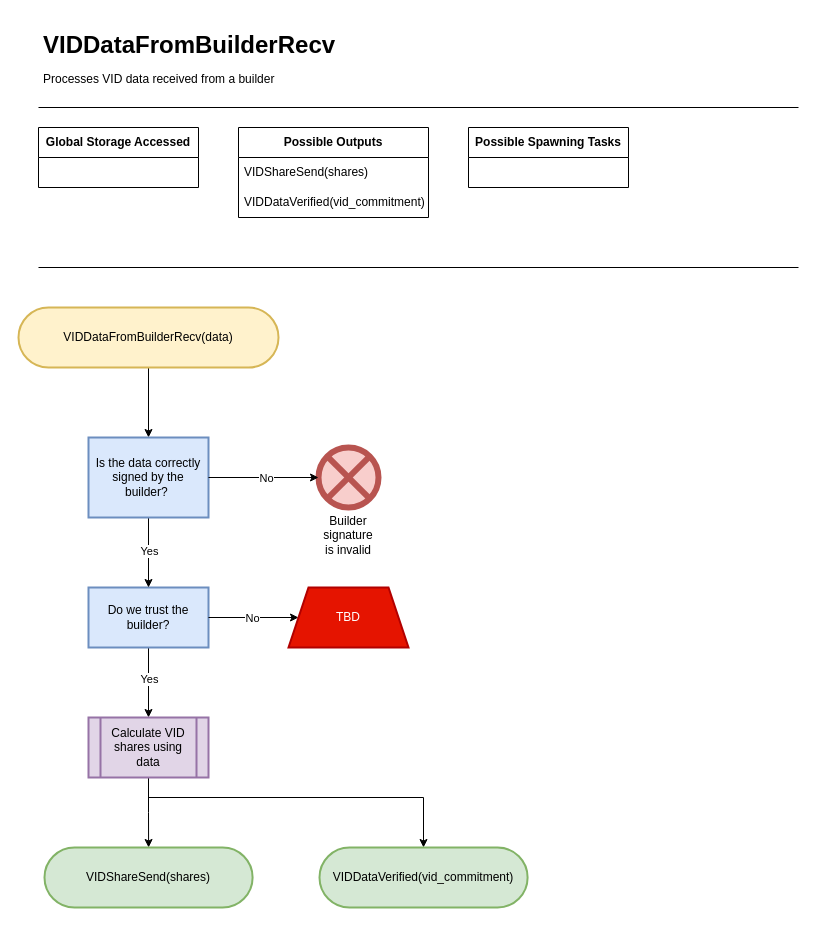
Earlier version of the draw.io diagram page "VidDataFromBuilderRecv" (9 of 17) of docs/diagrams/HotShotFlow.drawio (EspressoSystems/HotShot). Source tidied: cells renumbered, new cells numbered last; positions are measured from the earlier drawing's top-left corner, leaving out a move shared by most shapes. Both pictures are drawn from the tidied source at 100%, with x=0, y=0 at pixel (18, 27).
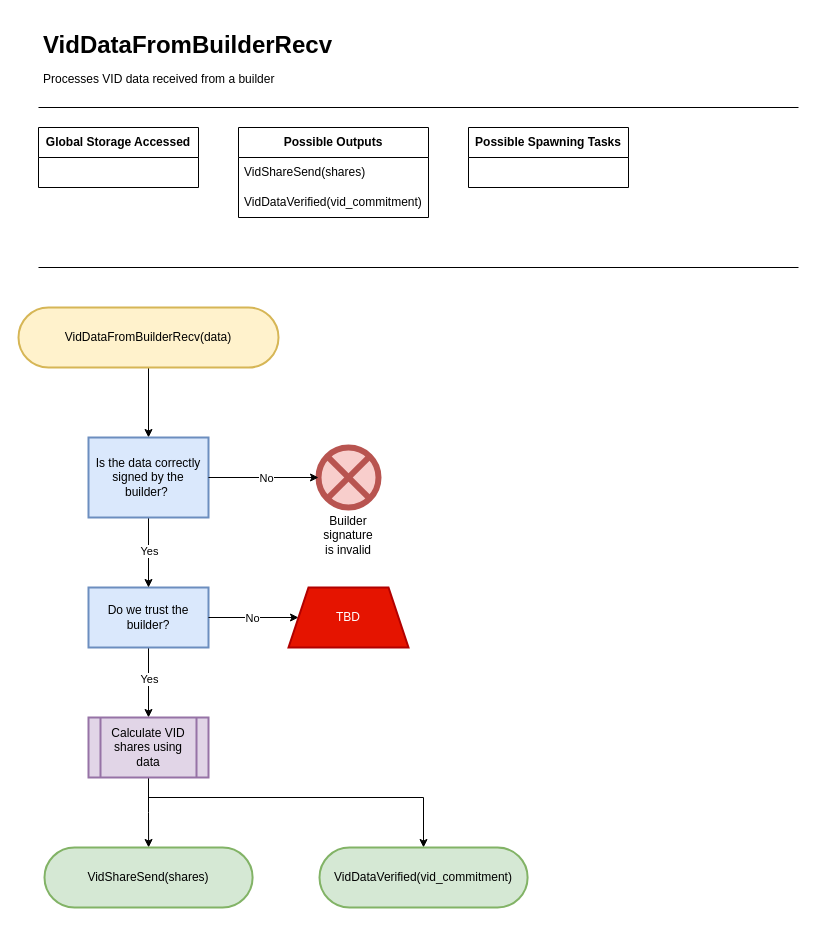
Above is the later version.

The change refers to these unchanged cells:
```xml
<mxCell id="5" value="&lt;b&gt;Possible Outputs&lt;/b&gt;" style="swimlane;fontStyle=0;horizontal=1;startSize=30;whiteSpace=wrap;html=1;" parent="1" vertex="1">
  <mxGeometry x="220" y="100" width="190" height="90" as="geometry" />
</mxCell>
```

Diff of the diagram source:
```diff
@@
-    <mxCell id="2" value="&lt;h1 style=&quot;line-height: 100%;&quot;&gt;VIDDataFromBuilderRecv&lt;/h1&gt;&lt;p style=&quot;line-height: 100%;&quot;&gt;Processes VID data received from a builder&lt;/p&gt;" style="text;html=1;strokeColor=none;fillColor=none;spacing=5;spacingTop=-20;whiteSpace=wrap;overflow=hidden;rounded=0;" parent="1" vertex="1">
+    <mxCell id="2" value="&lt;h1 style=&quot;line-height: 100%;&quot;&gt;VidDataFromBuilderRecv&lt;/h1&gt;&lt;p style=&quot;line-height: 100%;&quot;&gt;Processes VID data received from a builder&lt;/p&gt;" style="text;html=1;strokeColor=none;fillColor=none;spacing=5;spacingTop=-20;whiteSpace=wrap;overflow=hidden;rounded=0;" parent="1" vertex="1">
       <mxGeometry x="20" width="350" height="70" as="geometry" />
     </mxCell>
@@
-    <mxCell id="6" value="VIDShareSend(shares)" style="text;strokeColor=none;fillColor=none;align=left;verticalAlign=middle;spacingLeft=4;spacingRight=4;overflow=hidden;whiteSpace=wrap;html=1;" parent="5" vertex="1">
+    <mxCell id="6" value="VidShareSend(shares)" style="text;strokeColor=none;fillColor=none;align=left;verticalAlign=middle;spacingLeft=4;spacingRight=4;overflow=hidden;whiteSpace=wrap;html=1;" parent="5" vertex="1">
       <mxGeometry y="30" width="190" height="30" as="geometry" />
     </mxCell>
-    <mxCell id="7" value="VIDDataVerified(vid_commitment)" style="text;strokeColor=none;fillColor=none;align=left;verticalAlign=middle;spacingLeft=4;spacingRight=4;overflow=hidden;whiteSpace=wrap;html=1;" parent="5" vertex="1">
+    <mxCell id="7" value="VidDataVerified(vid_commitment)" style="text;strokeColor=none;fillColor=none;align=left;verticalAlign=middle;spacingLeft=4;spacingRight=4;overflow=hidden;whiteSpace=wrap;html=1;" parent="5" vertex="1">
       <mxGeometry y="60" width="190" height="30" as="geometry" />
     </mxCell>
@@
-    <mxCell id="11" value="VIDDataFromBuilderRecv(data)" style="rounded=1;whiteSpace=wrap;html=1;fillColor=#fff2cc;strokeColor=#d6b656;arcSize=50;strokeWidth=2;" parent="1" vertex="1">
+    <mxCell id="11" value="VidDataFromBuilderRecv(data)" style="rounded=1;whiteSpace=wrap;html=1;fillColor=#fff2cc;strokeColor=#d6b656;arcSize=50;strokeWidth=2;" parent="1" vertex="1">
       <mxGeometry y="280" width="260" height="60" as="geometry" />
     </mxCell>
@@
-    <mxCell id="24" value="VIDShareSend(shares)" style="whiteSpace=wrap;html=1;fillColor=#d5e8d4;strokeColor=#82b366;rounded=1;arcSize=50;strokeWidth=2;" parent="1" vertex="1">
+    <mxCell id="24" value="VidShareSend(shares)" style="whiteSpace=wrap;html=1;fillColor=#d5e8d4;strokeColor=#82b366;rounded=1;arcSize=50;strokeWidth=2;" parent="1" vertex="1">
       <mxGeometry x="26" y="820" width="208.1" height="60" as="geometry" />
     </mxCell>
-    <mxCell id="25" value="VIDDataVerified(vid_commitment)" style="whiteSpace=wrap;html=1;fillColor=#d5e8d4;strokeColor=#82b366;rounded=1;arcSize=50;strokeWidth=2;" parent="1" vertex="1">
+    <mxCell id="25" value="VidDataVerified(vid_commitment)" style="whiteSpace=wrap;html=1;fillColor=#d5e8d4;strokeColor=#82b366;rounded=1;arcSize=50;strokeWidth=2;" parent="1" vertex="1">
       <mxGeometry x="301" y="820" width="208.1" height="60" as="geometry" />
     </mxCell>
```
